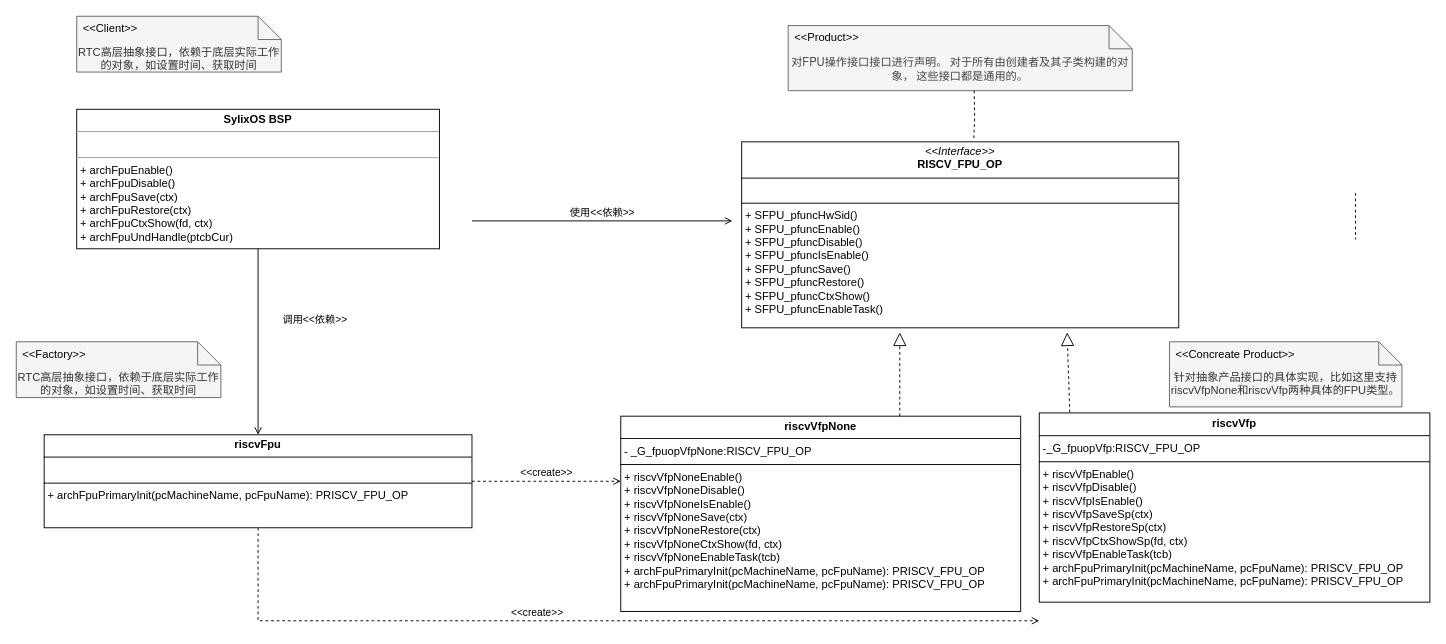
Before: page "SylixOS设计模式-简单工厂" (4 of 4) of draw/SylixOS内核艺术.drawio in peng-fan/drawio, a draw.io diagram. Source tidied: cells renumbered, new cells numbered last; positions are measured from the earlier drawing's top-left corner, leaving out a move shared by most shapes. Both pictures are drawn from the tidied source at 93%, with x=0, y=0 at pixel (16, 16).
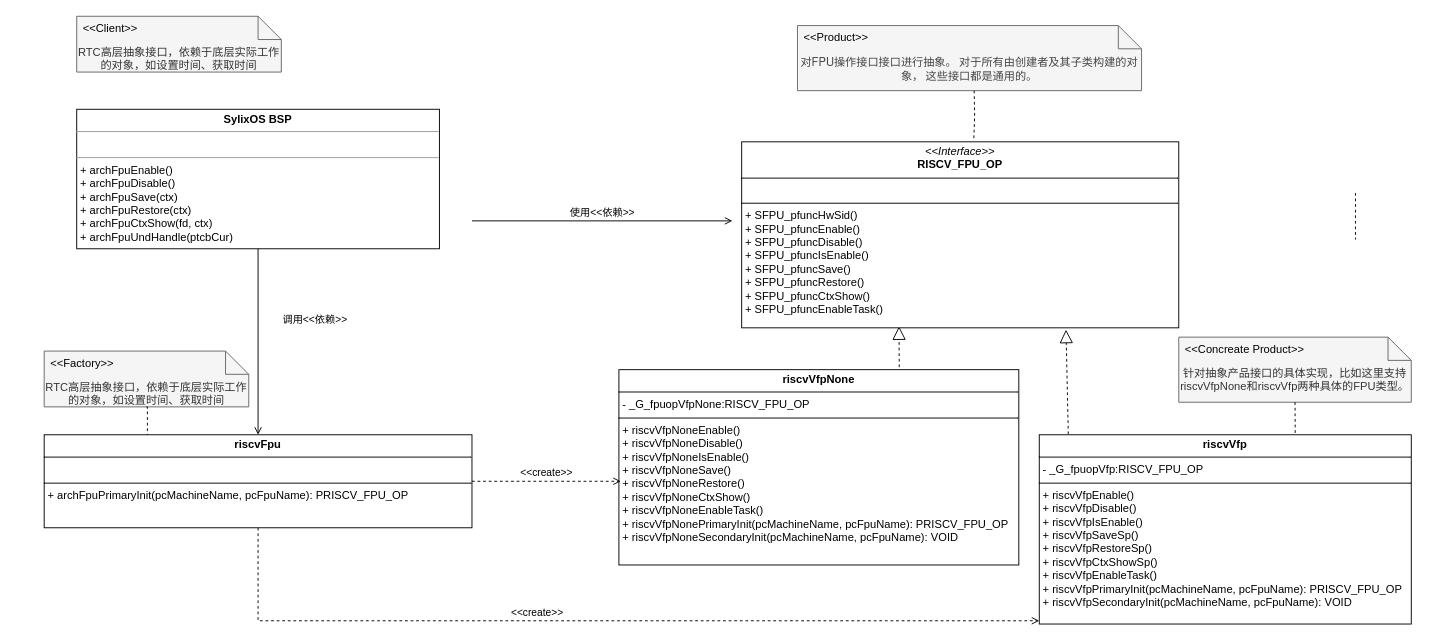
The same page after the edit.

Commit message (it also covers changes not shown here):
更新SylixOS内核艺术.drawio

Unchanged cells that the change refers to:
```xml
<mxCell id="8" value="&lt;p style=&quot;margin:0px;margin-top:4px;text-align:center;&quot;&gt;&lt;i&gt;&amp;lt;&amp;lt;Interface&amp;gt;&amp;gt;&lt;/i&gt;&lt;br&gt;&lt;b&gt;RISCV_FPU_OP&lt;/b&gt;&lt;/p&gt;&lt;hr size=&quot;1&quot; style=&quot;border-style:solid;&quot;&gt;&lt;p style=&quot;margin:0px;margin-left:4px;&quot;&gt;&lt;br&gt;&lt;/p&gt;&lt;hr size=&quot;1&quot; style=&quot;border-style:solid;&quot;&gt;&lt;p style=&quot;margin:0px;margin-left:4px;&quot;&gt;+ SFPU_pfuncHwSid()&lt;br&gt;+ SFPU_pfuncEnable()&lt;/p&gt;&lt;p style=&quot;margin:0px;margin-left:4px;&quot;&gt;+ SFPU_pfuncDisable()&lt;br&gt;+ SFPU_pfuncIsEnable()&lt;/p&gt;&lt;p style=&quot;margin:0px;margin-left:4px;&quot;&gt;+ SFPU_pfuncSave()&lt;br&gt;+ SFPU_pfuncRestore()&lt;/p&gt;&lt;p style=&quot;margin:0px;margin-left:4px;&quot;&gt;+ SFPU_pfuncCtxShow()&lt;br&gt;+ SFPU_pfuncEnableTask()&lt;/p&gt;" style="verticalAlign=top;align=left;overflow=fill;html=1;whiteSpace=wrap;" parent="1" vertex="1">
  <mxGeometry x="780" y="135" width="470" height="200" as="geometry" />
</mxCell>
```

The edit, as a diff of the source:
```diff
@@
-    <mxCell id="2" value="&lt;p style=&quot;margin:0px;margin-top:4px;text-align:center;&quot;&gt;&lt;b&gt;riscvVfpNone&lt;/b&gt;&lt;/p&gt;&lt;hr size=&quot;1&quot; style=&quot;border-style:solid;&quot;&gt;&lt;p style=&quot;margin:0px;margin-left:4px;&quot;&gt;- _G_fpuopVfpNone:RISCV_FPU_OP&lt;/p&gt;&lt;hr size=&quot;1&quot; style=&quot;border-style:solid;&quot;&gt;&lt;p style=&quot;margin: 0px 0px 0px 4px;&quot;&gt;&lt;span style=&quot;text-wrap-mode: nowrap;&quot;&gt;+ riscvVfpNoneEnable()&lt;/span&gt;&lt;/p&gt;&lt;p style=&quot;margin: 0px 0px 0px 4px;&quot;&gt;&lt;span style=&quot;text-wrap-mode: nowrap;&quot;&gt;+ riscvVfpNoneDisable()&lt;/span&gt;&lt;/p&gt;&lt;p style=&quot;margin: 0px 0px 0px 4px;&quot;&gt;&lt;span style=&quot;text-wrap-mode: nowrap;&quot;&gt;+ riscvVfpNoneIsEnable()&lt;/span&gt;&lt;/p&gt;&lt;p style=&quot;margin: 0px 0px 0px 4px;&quot;&gt;&lt;span style=&quot;text-wrap-mode: nowrap;&quot;&gt;+ riscvVfpNoneSave(ctx)&lt;/span&gt;&lt;/p&gt;&lt;p style=&quot;margin: 0px 0px 0px 4px;&quot;&gt;&lt;span style=&quot;text-wrap-mode: nowrap;&quot;&gt;+ riscvVfpNoneRestore(ctx)&lt;/span&gt;&lt;/p&gt;&lt;p style=&quot;margin: 0px 0px 0px 4px;&quot;&gt;&lt;span style=&quot;text-wrap-mode: nowrap;&quot;&gt;+ riscvVfpNoneCtxShow(fd, ctx)&lt;/span&gt;&lt;/p&gt;&lt;p style=&quot;margin: 0px 0px 0px 4px;&quot;&gt;&lt;span style=&quot;text-wrap-mode: nowrap;&quot;&gt;+ riscvVfpNoneEnableTask(tcb)&lt;/span&gt;&lt;/p&gt;&lt;p style=&quot;margin: 0px 0px 0px 4px;&quot;&gt;+ archFpuPrimaryInit(pcMachineName, pcFpuName):&amp;nbsp;PRISCV_FPU_OP&lt;span style=&quot;text-wrap-mode: nowrap;&quot;&gt;&lt;/span&gt;&lt;/p&gt;&lt;p style=&quot;margin: 0px 0px 0px 4px;&quot;&gt;+ archFpuPrimaryInit(pcMachineName, pcFpuName):&amp;nbsp;PRISCV_FPU_OP&lt;/p&gt;" style="verticalAlign=top;align=left;overflow=fill;html=1;whiteSpace=wrap;" parent="1" vertex="1">
-      <mxGeometry x="650" y="430" width="430" height="210" as="geometry" />
+    <mxCell id="2" value="&lt;p style=&quot;margin:0px;margin-top:4px;text-align:center;&quot;&gt;&lt;b&gt;riscvVfpNone&lt;/b&gt;&lt;/p&gt;&lt;hr size=&quot;1&quot; style=&quot;border-style:solid;&quot;&gt;&lt;p style=&quot;margin:0px;margin-left:4px;&quot;&gt;- _G_fpuopVfpNone:RISCV_FPU_OP&lt;/p&gt;&lt;hr size=&quot;1&quot; style=&quot;border-style:solid;&quot;&gt;&lt;p style=&quot;margin: 0px 0px 0px 4px;&quot;&gt;&lt;span style=&quot;text-wrap-mode: nowrap;&quot;&gt;+ riscvVfpNoneEnable()&lt;/span&gt;&lt;/p&gt;&lt;p style=&quot;margin: 0px 0px 0px 4px;&quot;&gt;&lt;span style=&quot;text-wrap-mode: nowrap;&quot;&gt;+ riscvVfpNoneDisable()&lt;/span&gt;&lt;/p&gt;&lt;p style=&quot;margin: 0px 0px 0px 4px;&quot;&gt;&lt;span style=&quot;text-wrap-mode: nowrap;&quot;&gt;+ riscvVfpNoneIsEnable()&lt;/span&gt;&lt;/p&gt;&lt;p style=&quot;margin: 0px 0px 0px 4px;&quot;&gt;&lt;span style=&quot;text-wrap-mode: nowrap;&quot;&gt;+ riscvVfpNoneSave()&lt;/span&gt;&lt;/p&gt;&lt;p style=&quot;margin: 0px 0px 0px 4px;&quot;&gt;&lt;span style=&quot;text-wrap-mode: nowrap;&quot;&gt;+ riscvVfpNoneRestore()&lt;/span&gt;&lt;/p&gt;&lt;p style=&quot;margin: 0px 0px 0px 4px;&quot;&gt;&lt;span style=&quot;text-wrap-mode: nowrap;&quot;&gt;+ riscvVfpNoneCtxShow()&lt;/span&gt;&lt;/p&gt;&lt;p style=&quot;margin: 0px 0px 0px 4px;&quot;&gt;&lt;span style=&quot;text-wrap-mode: nowrap;&quot;&gt;+ riscvVfpNoneEnableTask()&lt;/span&gt;&lt;/p&gt;&lt;p style=&quot;margin: 0px 0px 0px 4px;&quot;&gt;+ riscvVfp&lt;span style=&quot;text-wrap-mode: nowrap; background-color: transparent; color: light-dark(rgb(0, 0, 0), rgb(255, 255, 255));&quot;&gt;None&lt;/span&gt;&lt;span style=&quot;background-color: transparent; color: light-dark(rgb(0, 0, 0), rgb(255, 255, 255));&quot;&gt;PrimaryInit(pcMachineName, pcFpuName):&amp;nbsp;PRISCV_FPU_OP&lt;/span&gt;&lt;/p&gt;&lt;p style=&quot;margin: 0px 0px 0px 4px;&quot;&gt;+ riscvVfp&lt;span style=&quot;text-wrap-mode: nowrap; background-color: transparent; color: light-dark(rgb(0, 0, 0), rgb(255, 255, 255));&quot;&gt;None&lt;/span&gt;&lt;span style=&quot;background-color: transparent; color: light-dark(rgb(0, 0, 0), rgb(255, 255, 255));&quot;&gt;SecondaryInit(pcMachineName, pcFpuName):&amp;nbsp;VOID&lt;/span&gt;&lt;/p&gt;" style="verticalAlign=top;align=left;overflow=fill;html=1;whiteSpace=wrap;" parent="1" vertex="1">
+      <mxGeometry x="648" y="380" width="430" height="210" as="geometry" />
     </mxCell>
-    <mxCell id="3" style="endArrow=block;dashed=1;endFill=0;endSize=12;html=1;rounded=0;entryX=0.219;entryY=1.001;entryDx=0;entryDy=0;entryPerimeter=0;exitX=0.078;exitY=-0.003;exitDx=0;exitDy=0;exitPerimeter=0;" parent="1" edge="1" source="7">
-      <mxGeometry relative="1" as="geometry">
-        <mxPoint x="1130" y="340" as="targetPoint" />
-      </mxGeometry>
+    <mxCell id="3" style="endArrow=block;dashed=1;endFill=0;endSize=12;html=1;rounded=0;entryX=0.742;entryY=1.01;entryDx=0;entryDy=0;entryPerimeter=0;exitX=0.078;exitY=-0.003;exitDx=0;exitDy=0;exitPerimeter=0;" parent="1" edge="1" source="7" target="8">
+      <mxGeometry relative="1" as="geometry" />
     </mxCell>
@@
-    <mxCell id="6" style="endArrow=block;dashed=1;endFill=0;endSize=12;html=1;rounded=0;entryX=0;entryY=1;entryDx=0;entryDy=0;" parent="1" edge="1">
-      <mxGeometry relative="1" as="geometry">
-        <mxPoint x="950" y="430" as="sourcePoint" />
-        <mxPoint x="950" y="340" as="targetPoint" />
-      </mxGeometry>
+    <mxCell id="6" style="endArrow=block;dashed=1;endFill=0;endSize=12;html=1;rounded=0;entryX=0.36;entryY=0.992;entryDx=0;entryDy=0;entryPerimeter=0;exitX=0.701;exitY=-0.013;exitDx=0;exitDy=0;exitPerimeter=0;" parent="1" edge="1" source="2" target="8">
+      <mxGeometry relative="1" as="geometry" />
     </mxCell>
-    <mxCell id="7" value="&lt;p style=&quot;margin:0px;margin-top:4px;text-align:center;&quot;&gt;&lt;b&gt;riscvVfp&lt;/b&gt;&lt;/p&gt;&lt;hr size=&quot;1&quot; style=&quot;border-style:solid;&quot;&gt;&lt;p style=&quot;margin:0px;margin-left:4px;&quot;&gt;-_G_fpuopVfp:RISCV_FPU_OP&lt;/p&gt;&lt;hr size=&quot;1&quot; style=&quot;border-style:solid;&quot;&gt;&lt;p style=&quot;margin: 0px 0px 0px 4px;&quot;&gt;&lt;span style=&quot;text-wrap-mode: nowrap;&quot;&gt;+ riscvVfpEnable()&lt;/span&gt;&lt;/p&gt;&lt;p style=&quot;margin: 0px 0px 0px 4px;&quot;&gt;&lt;span style=&quot;text-wrap-mode: nowrap;&quot;&gt;+ riscvVfpDisable()&lt;/span&gt;&lt;/p&gt;&lt;p style=&quot;margin: 0px 0px 0px 4px;&quot;&gt;&lt;span style=&quot;text-wrap-mode: nowrap;&quot;&gt;+ riscvVfpIsEnable()&lt;/span&gt;&lt;/p&gt;&lt;p style=&quot;margin: 0px 0px 0px 4px;&quot;&gt;&lt;span style=&quot;text-wrap-mode: nowrap;&quot;&gt;+ riscvVfpSaveSp(ctx)&lt;/span&gt;&lt;/p&gt;&lt;p style=&quot;margin: 0px 0px 0px 4px;&quot;&gt;&lt;span style=&quot;text-wrap-mode: nowrap;&quot;&gt;+ riscvVfpRestoreSp(ctx)&lt;/span&gt;&lt;/p&gt;&lt;p style=&quot;margin: 0px 0px 0px 4px;&quot;&gt;&lt;span style=&quot;text-wrap-mode: nowrap;&quot;&gt;+ riscvVfpCtxShowSp(fd, ctx)&lt;/span&gt;&lt;/p&gt;&lt;p style=&quot;margin: 0px 0px 0px 4px;&quot;&gt;&lt;span style=&quot;text-wrap-mode: nowrap;&quot;&gt;+ riscvVfpEnableTask(tcb)&lt;/span&gt;&lt;/p&gt;&lt;p style=&quot;margin: 0px 0px 0px 4px;&quot;&gt;+ archFpuPrimaryInit(pcMachineName, pcFpuName):&amp;nbsp;PRISCV_FPU_OP&lt;span style=&quot;text-wrap-mode: nowrap;&quot;&gt;&lt;/span&gt;&lt;/p&gt;&lt;p style=&quot;margin: 0px 0px 0px 4px;&quot;&gt;+ archFpuPrimaryInit(pcMachineName, pcFpuName):&amp;nbsp;PRISCV_FPU_OP&lt;/p&gt;" style="verticalAlign=top;align=left;overflow=fill;html=1;whiteSpace=wrap;" parent="1" vertex="1">
-      <mxGeometry x="1100" y="426.5" width="420" height="203.5" as="geometry" />
+    <mxCell id="7" value="&lt;p style=&quot;margin:0px;margin-top:4px;text-align:center;&quot;&gt;&lt;b&gt;riscvVfp&lt;/b&gt;&lt;/p&gt;&lt;hr size=&quot;1&quot; style=&quot;border-style:solid;&quot;&gt;&lt;p style=&quot;margin:0px;margin-left:4px;&quot;&gt;- _G_fpuopVfp:RISCV_FPU_OP&lt;/p&gt;&lt;hr size=&quot;1&quot; style=&quot;border-style:solid;&quot;&gt;&lt;p style=&quot;margin: 0px 0px 0px 4px;&quot;&gt;&lt;span style=&quot;text-wrap-mode: nowrap;&quot;&gt;+ riscvVfpEnable()&lt;/span&gt;&lt;/p&gt;&lt;p style=&quot;margin: 0px 0px 0px 4px;&quot;&gt;&lt;span style=&quot;text-wrap-mode: nowrap;&quot;&gt;+ riscvVfpDisable()&lt;/span&gt;&lt;/p&gt;&lt;p style=&quot;margin: 0px 0px 0px 4px;&quot;&gt;&lt;span style=&quot;text-wrap-mode: nowrap;&quot;&gt;+ riscvVfpIsEnable()&lt;/span&gt;&lt;/p&gt;&lt;p style=&quot;margin: 0px 0px 0px 4px;&quot;&gt;&lt;span style=&quot;text-wrap-mode: nowrap;&quot;&gt;+ riscvVfpSaveSp()&lt;/span&gt;&lt;/p&gt;&lt;p style=&quot;margin: 0px 0px 0px 4px;&quot;&gt;&lt;span style=&quot;text-wrap-mode: nowrap;&quot;&gt;+ riscvVfpRestoreSp()&lt;/span&gt;&lt;/p&gt;&lt;p style=&quot;margin: 0px 0px 0px 4px;&quot;&gt;&lt;span style=&quot;text-wrap-mode: nowrap;&quot;&gt;+ riscvVfpCtxShowSp()&lt;/span&gt;&lt;/p&gt;&lt;p style=&quot;margin: 0px 0px 0px 4px;&quot;&gt;&lt;span style=&quot;text-wrap-mode: nowrap;&quot;&gt;+ riscvVfpEnableTask()&lt;/span&gt;&lt;/p&gt;&lt;p style=&quot;margin: 0px 0px 0px 4px;&quot;&gt;+ riscvVfpPrimaryInit(pcMachineName, pcFpuName):&amp;nbsp;PRISCV_FPU_OP&lt;span style=&quot;text-wrap-mode: nowrap;&quot;&gt;&lt;/span&gt;&lt;/p&gt;&lt;p style=&quot;margin: 0px 0px 0px 4px;&quot;&gt;+ riscvVfpSecondaryInit(pcMachineName, pcFpuName):&amp;nbsp;VOID&lt;/p&gt;" style="verticalAlign=top;align=left;overflow=fill;html=1;whiteSpace=wrap;" parent="1" vertex="1">
+      <mxGeometry x="1100" y="450" width="400" height="203.5" as="geometry" />
     </mxCell>
@@
     <mxCell id="13" value="&lt;div&gt;&lt;div class=&quot;ace-line ace-line old-record-id-ExkXdVtDqofSKyxZcV6c9kCpnzc&quot;&gt;RTC高层抽象接口，依赖于底层实际工作的对象，如设置时间、获取时间&lt;/div&gt;&lt;/div&gt;&lt;span data-lark-record-data=&quot;{&amp;quot;rootId&amp;quot;:&amp;quot;XQFvd94RPoZa4Mx5yjpcOu3MnYf&amp;quot;,&amp;quot;text&amp;quot;:{&amp;quot;initialAttributedTexts&amp;quot;:{&amp;quot;text&amp;quot;:{&amp;quot;0&amp;quot;:&amp;quot;RTC子系统：作为环境(Context)类，使用这些策略&amp;quot;},&amp;quot;attribs&amp;quot;:{&amp;quot;0&amp;quot;:&amp;quot;*0+s&amp;quot;}},&amp;quot;apool&amp;quot;:{&amp;quot;numToAttrib&amp;quot;:{&amp;quot;0&amp;quot;:[&amp;quot;author&amp;quot;,&amp;quot;7164723265586348036&amp;quot;]},&amp;quot;nextNum&amp;quot;:1}},&amp;quot;type&amp;quot;:&amp;quot;text&amp;quot;,&amp;quot;referenceRecordMap&amp;quot;:{},&amp;quot;extra&amp;quot;:{&amp;quot;channel&amp;quot;:&amp;quot;saas&amp;quot;,&amp;quot;isEqualBlockSelection&amp;quot;:true,&amp;quot;pasteRandomId&amp;quot;:&amp;quot;aa6ecff8-70e5-4af4-9037-28c291040ef5&amp;quot;,&amp;quot;mention_page_title&amp;quot;:{},&amp;quot;external_mention_url&amp;quot;:{}},&amp;quot;isKeepQuoteContainer&amp;quot;:false,&amp;quot;isFromCode&amp;quot;:false,&amp;quot;selection&amp;quot;:[{&amp;quot;id&amp;quot;:26,&amp;quot;type&amp;quot;:&amp;quot;text&amp;quot;,&amp;quot;selection&amp;quot;:{&amp;quot;start&amp;quot;:0,&amp;quot;end&amp;quot;:28},&amp;quot;recordId&amp;quot;:&amp;quot;ExkXdVtDqofSKyxZcV6c9kCpnzc&amp;quot;}],&amp;quot;payloadMap&amp;quot;:{},&amp;quot;isCut&amp;quot;:false}&quot; class=&quot;lark-record-clipboard&quot;&gt;&lt;/span&gt;" style="shape=note2;boundedLbl=1;whiteSpace=wrap;html=1;size=25;verticalAlign=top;align=center;fillColor=#f5f5f5;fontColor=#333333;strokeColor=#666666;" parent="1" vertex="1">
-      <mxGeometry y="350" width="220" height="60" as="geometry" />
+      <mxGeometry x="30" y="360" width="220" height="60" as="geometry" />
     </mxCell>
@@
-    <mxCell id="15" value="&lt;div&gt;&lt;div class=&quot;ace-line ace-line old-record-id-ExkXdVtDqofSKyxZcV6c9kCpnzc&quot;&gt;&lt;font style=&quot;font-size: 12px;&quot;&gt;&lt;span style=&quot;color: rgb(68, 68, 68); font-family: &amp;quot;PT Sans&amp;quot;, &amp;quot;Helvetica Neue&amp;quot;, Arial, &amp;quot;PingFang SC&amp;quot;, &amp;quot;microsoft yahei&amp;quot;, &amp;quot;hiragino sans gb&amp;quot;, sans-serif; text-align: justify; background-color: rgb(245, 245, 245);&quot;&gt;对FPU操作接口接口进行声明&lt;/span&gt;&lt;span class=&quot;chpule2&quot; style=&quot;box-sizing: border-box; letter-spacing: -0.6em; color: rgb(68, 68, 68); font-family: &amp;quot;PT Sans&amp;quot;, &amp;quot;Helvetica Neue&amp;quot;, Arial, &amp;quot;PingFang SC&amp;quot;, &amp;quot;microsoft yahei&amp;quot;, &amp;quot;hiragino sans gb&amp;quot;, sans-serif; text-align: justify; background-color: rgb(245, 245, 245);&quot;&gt;。&lt;/span&gt;&lt;span class=&quot;chpuri2&quot; style=&quot;box-sizing: border-box; letter-spacing: 0.4rem; color: rgb(68, 68, 68); font-family: &amp;quot;PT Sans&amp;quot;, &amp;quot;Helvetica Neue&amp;quot;, Arial, &amp;quot;PingFang SC&amp;quot;, &amp;quot;microsoft yahei&amp;quot;, &amp;quot;hiragino sans gb&amp;quot;, sans-serif; text-align: justify; background-color: rgb(245, 245, 245);&quot;&gt;&amp;nbsp;&lt;/span&gt;&lt;span style=&quot;color: rgb(68, 68, 68); font-family: &amp;quot;PT Sans&amp;quot;, &amp;quot;Helvetica Neue&amp;quot;, Arial, &amp;quot;PingFang SC&amp;quot;, &amp;quot;microsoft yahei&amp;quot;, &amp;quot;hiragino sans gb&amp;quot;, sans-serif; text-align: justify; background-color: rgb(245, 245, 245);&quot;&gt;对于所有由创建者及其子类构建的对象&lt;/span&gt;&lt;span class=&quot;chpule2&quot; style=&quot;box-sizing: border-box; letter-spacing: -0.6em; color: rgb(68, 68, 68); font-family: &amp;quot;PT Sans&amp;quot;, &amp;quot;Helvetica Neue&amp;quot;, Arial, &amp;quot;PingFang SC&amp;quot;, &amp;quot;microsoft yahei&amp;quot;, &amp;quot;hiragino sans gb&amp;quot;, sans-serif; text-align: justify; background-color: rgb(245, 245, 245);&quot;&gt;，&lt;/span&gt;&lt;span class=&quot;chpuri2&quot; style=&quot;box-sizing: border-box; letter-spacing: 0.4rem; color: rgb(68, 68, 68); font-family: &amp;quot;PT Sans&amp;quot;, &amp;quot;Helvetica Neue&amp;quot;, Arial, &amp;quot;PingFang SC&amp;quot;, &amp;quot;microsoft yahei&amp;quot;, &amp;quot;hiragino sans gb&amp;quot;, sans-serif; text-align: justify; background-color: rgb(245, 245, 245);&quot;&gt;&amp;nbsp;&lt;/span&gt;&lt;span style=&quot;color: rgb(68, 68, 68); font-family: &amp;quot;PT Sans&amp;quot;, &amp;quot;Helvetica Neue&amp;quot;, Arial, &amp;quot;PingFang SC&amp;quot;, &amp;quot;microsoft yahei&amp;quot;, &amp;quot;hiragino sans gb&amp;quot;, sans-serif; text-align: justify; background-color: rgb(245, 245, 245);&quot;&gt;这些接口都是通用的。&lt;/span&gt;&lt;/font&gt;&lt;/div&gt;&lt;/div&gt;&lt;span data-lark-record-data=&quot;{&amp;quot;rootId&amp;quot;:&amp;quot;XQFvd94RPoZa4Mx5yjpcOu3MnYf&amp;quot;,&amp;quot;text&amp;quot;:{&amp;quot;initialAttributedTexts&amp;quot;:{&amp;quot;text&amp;quot;:{&amp;quot;0&amp;quot;:&amp;quot;RTC子系统：作为环境(Context)类，使用这些策略&amp;quot;},&amp;quot;attribs&amp;quot;:{&amp;quot;0&amp;quot;:&amp;quot;*0+s&amp;quot;}},&amp;quot;apool&amp;quot;:{&amp;quot;numToAttrib&amp;quot;:{&amp;quot;0&amp;quot;:[&amp;quot;author&amp;quot;,&amp;quot;7164723265586348036&amp;quot;]},&amp;quot;nextNum&amp;quot;:1}},&amp;quot;type&amp;quot;:&amp;quot;text&amp;quot;,&amp;quot;referenceRecordMap&amp;quot;:{},&amp;quot;extra&amp;quot;:{&amp;quot;channel&amp;quot;:&amp;quot;saas&amp;quot;,&amp;quot;isEqualBlockSelection&amp;quot;:true,&amp;quot;pasteRandomId&amp;quot;:&amp;quot;aa6ecff8-70e5-4af4-9037-28c291040ef5&amp;quot;,&amp;quot;mention_page_title&amp;quot;:{},&amp;quot;external_mention_url&amp;quot;:{}},&amp;quot;isKeepQuoteContainer&amp;quot;:false,&amp;quot;isFromCode&amp;quot;:false,&amp;quot;selection&amp;quot;:[{&amp;quot;id&amp;quot;:26,&amp;quot;type&amp;quot;:&amp;quot;text&amp;quot;,&amp;quot;selection&amp;quot;:{&amp;quot;start&amp;quot;:0,&amp;quot;end&amp;quot;:28},&amp;quot;recordId&amp;quot;:&amp;quot;ExkXdVtDqofSKyxZcV6c9kCpnzc&amp;quot;}],&amp;quot;payloadMap&amp;quot;:{},&amp;quot;isCut&amp;quot;:false}&quot; class=&quot;lark-record-clipboard&quot;&gt;&lt;/span&gt;" style="shape=note2;boundedLbl=1;whiteSpace=wrap;html=1;size=25;verticalAlign=top;align=center;fillColor=#f5f5f5;fontColor=#333333;strokeColor=#666666;" parent="1" vertex="1">
-      <mxGeometry x="830" y="10" width="370" height="70" as="geometry" />
+    <mxCell id="15" value="&lt;div&gt;&lt;div class=&quot;ace-line ace-line old-record-id-ExkXdVtDqofSKyxZcV6c9kCpnzc&quot;&gt;&lt;font style=&quot;font-size: 12px;&quot;&gt;&lt;span style=&quot;color: rgb(68, 68, 68); font-family: &amp;quot;PT Sans&amp;quot;, &amp;quot;Helvetica Neue&amp;quot;, Arial, &amp;quot;PingFang SC&amp;quot;, &amp;quot;microsoft yahei&amp;quot;, &amp;quot;hiragino sans gb&amp;quot;, sans-serif; text-align: justify; background-color: rgb(245, 245, 245);&quot;&gt;对FPU操作接口接口进行抽象&lt;/span&gt;&lt;span class=&quot;chpule2&quot; style=&quot;box-sizing: border-box; letter-spacing: -0.6em; color: rgb(68, 68, 68); font-family: &amp;quot;PT Sans&amp;quot;, &amp;quot;Helvetica Neue&amp;quot;, Arial, &amp;quot;PingFang SC&amp;quot;, &amp;quot;microsoft yahei&amp;quot;, &amp;quot;hiragino sans gb&amp;quot;, sans-serif; text-align: justify; background-color: rgb(245, 245, 245);&quot;&gt;。&lt;/span&gt;&lt;span class=&quot;chpuri2&quot; style=&quot;box-sizing: border-box; letter-spacing: 0.4rem; color: rgb(68, 68, 68); font-family: &amp;quot;PT Sans&amp;quot;, &amp;quot;Helvetica Neue&amp;quot;, Arial, &amp;quot;PingFang SC&amp;quot;, &amp;quot;microsoft yahei&amp;quot;, &amp;quot;hiragino sans gb&amp;quot;, sans-serif; text-align: justify; background-color: rgb(245, 245, 245);&quot;&gt;&amp;nbsp;&lt;/span&gt;&lt;span style=&quot;color: rgb(68, 68, 68); font-family: &amp;quot;PT Sans&amp;quot;, &amp;quot;Helvetica Neue&amp;quot;, Arial, &amp;quot;PingFang SC&amp;quot;, &amp;quot;microsoft yahei&amp;quot;, &amp;quot;hiragino sans gb&amp;quot;, sans-serif; text-align: justify; background-color: rgb(245, 245, 245);&quot;&gt;对于所有由创建者及其子类构建的对象&lt;/span&gt;&lt;span class=&quot;chpule2&quot; style=&quot;box-sizing: border-box; letter-spacing: -0.6em; color: rgb(68, 68, 68); font-family: &amp;quot;PT Sans&amp;quot;, &amp;quot;Helvetica Neue&amp;quot;, Arial, &amp;quot;PingFang SC&amp;quot;, &amp;quot;microsoft yahei&amp;quot;, &amp;quot;hiragino sans gb&amp;quot;, sans-serif; text-align: justify; background-color: rgb(245, 245, 245);&quot;&gt;，&lt;/span&gt;&lt;span class=&quot;chpuri2&quot; style=&quot;box-sizing: border-box; letter-spacing: 0.4rem; color: rgb(68, 68, 68); font-family: &amp;quot;PT Sans&amp;quot;, &amp;quot;Helvetica Neue&amp;quot;, Arial, &amp;quot;PingFang SC&amp;quot;, &amp;quot;microsoft yahei&amp;quot;, &amp;quot;hiragino sans gb&amp;quot;, sans-serif; text-align: justify; background-color: rgb(245, 245, 245);&quot;&gt;&amp;nbsp;&lt;/span&gt;&lt;span style=&quot;color: rgb(68, 68, 68); font-family: &amp;quot;PT Sans&amp;quot;, &amp;quot;Helvetica Neue&amp;quot;, Arial, &amp;quot;PingFang SC&amp;quot;, &amp;quot;microsoft yahei&amp;quot;, &amp;quot;hiragino sans gb&amp;quot;, sans-serif; text-align: justify; background-color: rgb(245, 245, 245);&quot;&gt;这些接口都是通用的。&lt;/span&gt;&lt;/font&gt;&lt;/div&gt;&lt;/div&gt;&lt;span data-lark-record-data=&quot;{&amp;quot;rootId&amp;quot;:&amp;quot;XQFvd94RPoZa4Mx5yjpcOu3MnYf&amp;quot;,&amp;quot;text&amp;quot;:{&amp;quot;initialAttributedTexts&amp;quot;:{&amp;quot;text&amp;quot;:{&amp;quot;0&amp;quot;:&amp;quot;RTC子系统：作为环境(Context)类，使用这些策略&amp;quot;},&amp;quot;attribs&amp;quot;:{&amp;quot;0&amp;quot;:&amp;quot;*0+s&amp;quot;}},&amp;quot;apool&amp;quot;:{&amp;quot;numToAttrib&amp;quot;:{&amp;quot;0&amp;quot;:[&amp;quot;author&amp;quot;,&amp;quot;7164723265586348036&amp;quot;]},&amp;quot;nextNum&amp;quot;:1}},&amp;quot;type&amp;quot;:&amp;quot;text&amp;quot;,&amp;quot;referenceRecordMap&amp;quot;:{},&amp;quot;extra&amp;quot;:{&amp;quot;channel&amp;quot;:&amp;quot;saas&amp;quot;,&amp;quot;isEqualBlockSelection&amp;quot;:true,&amp;quot;pasteRandomId&amp;quot;:&amp;quot;aa6ecff8-70e5-4af4-9037-28c291040ef5&amp;quot;,&amp;quot;mention_page_title&amp;quot;:{},&amp;quot;external_mention_url&amp;quot;:{}},&amp;quot;isKeepQuoteContainer&amp;quot;:false,&amp;quot;isFromCode&amp;quot;:false,&amp;quot;selection&amp;quot;:[{&amp;quot;id&amp;quot;:26,&amp;quot;type&amp;quot;:&amp;quot;text&amp;quot;,&amp;quot;selection&amp;quot;:{&amp;quot;start&amp;quot;:0,&amp;quot;end&amp;quot;:28},&amp;quot;recordId&amp;quot;:&amp;quot;ExkXdVtDqofSKyxZcV6c9kCpnzc&amp;quot;}],&amp;quot;payloadMap&amp;quot;:{},&amp;quot;isCut&amp;quot;:false}&quot; class=&quot;lark-record-clipboard&quot;&gt;&lt;/span&gt;" style="shape=note2;boundedLbl=1;whiteSpace=wrap;html=1;size=25;verticalAlign=top;align=center;fillColor=#f5f5f5;fontColor=#333333;strokeColor=#666666;" parent="1" vertex="1">
+      <mxGeometry x="840" y="10" width="370" height="70" as="geometry" />
     </mxCell>
@@
     <mxCell id="17" value="&lt;div&gt;&lt;div class=&quot;ace-line ace-line old-record-id-ExkXdVtDqofSKyxZcV6c9kCpnzc&quot;&gt;针对抽象产品接口的具体实现，比如这里支持riscvVfpNone和riscvVfp两种具体的FPU类型。&lt;/div&gt;&lt;/div&gt;&lt;span data-lark-record-data=&quot;{&amp;quot;rootId&amp;quot;:&amp;quot;XQFvd94RPoZa4Mx5yjpcOu3MnYf&amp;quot;,&amp;quot;text&amp;quot;:{&amp;quot;initialAttributedTexts&amp;quot;:{&amp;quot;text&amp;quot;:{&amp;quot;0&amp;quot;:&amp;quot;RTC子系统：作为环境(Context)类，使用这些策略&amp;quot;},&amp;quot;attribs&amp;quot;:{&amp;quot;0&amp;quot;:&amp;quot;*0+s&amp;quot;}},&amp;quot;apool&amp;quot;:{&amp;quot;numToAttrib&amp;quot;:{&amp;quot;0&amp;quot;:[&amp;quot;author&amp;quot;,&amp;quot;7164723265586348036&amp;quot;]},&amp;quot;nextNum&amp;quot;:1}},&amp;quot;type&amp;quot;:&amp;quot;text&amp;quot;,&amp;quot;referenceRecordMap&amp;quot;:{},&amp;quot;extra&amp;quot;:{&amp;quot;channel&amp;quot;:&amp;quot;saas&amp;quot;,&amp;quot;isEqualBlockSelection&amp;quot;:true,&amp;quot;pasteRandomId&amp;quot;:&amp;quot;aa6ecff8-70e5-4af4-9037-28c291040ef5&amp;quot;,&amp;quot;mention_page_title&amp;quot;:{},&amp;quot;external_mention_url&amp;quot;:{}},&amp;quot;isKeepQuoteContainer&amp;quot;:false,&amp;quot;isFromCode&amp;quot;:false,&amp;quot;selection&amp;quot;:[{&amp;quot;id&amp;quot;:26,&amp;quot;type&amp;quot;:&amp;quot;text&amp;quot;,&amp;quot;selection&amp;quot;:{&amp;quot;start&amp;quot;:0,&amp;quot;end&amp;quot;:28},&amp;quot;recordId&amp;quot;:&amp;quot;ExkXdVtDqofSKyxZcV6c9kCpnzc&amp;quot;}],&amp;quot;payloadMap&amp;quot;:{},&amp;quot;isCut&amp;quot;:false}&quot; class=&quot;lark-record-clipboard&quot;&gt;&lt;/span&gt;" style="shape=note2;boundedLbl=1;whiteSpace=wrap;html=1;size=25;verticalAlign=top;align=center;fillColor=#f5f5f5;fontColor=#333333;strokeColor=#666666;" parent="1" vertex="1">
-      <mxGeometry x="1240" y="350" width="250" height="70" as="geometry" />
+      <mxGeometry x="1250" y="345" width="250" height="70" as="geometry" />
     </mxCell>
@@
+    <mxCell id="23" style="edgeStyle=orthogonalEdgeStyle;rounded=0;jettySize=auto;html=1;dashed=1;endArrow=none;endFill=0;exitX=0.5;exitY=1;exitDx=0;exitDy=0;exitPerimeter=0;entryX=0.688;entryY=-0.008;entryDx=0;entryDy=0;entryPerimeter=0;" parent="1" edge="1" source="17" target="7">
+      <mxGeometry relative="1" as="geometry" />
+    </mxCell>
+    <mxCell id="24" style="edgeStyle=orthogonalEdgeStyle;rounded=0;jettySize=auto;html=1;dashed=1;endArrow=none;endFill=0;exitX=0.5;exitY=1;exitDx=0;exitDy=0;exitPerimeter=0;" parent="1" edge="1" source="13">
+      <mxGeometry relative="1" as="geometry">
+        <mxPoint x="141" y="450" as="targetPoint" />
+      </mxGeometry>
+    </mxCell>
```
